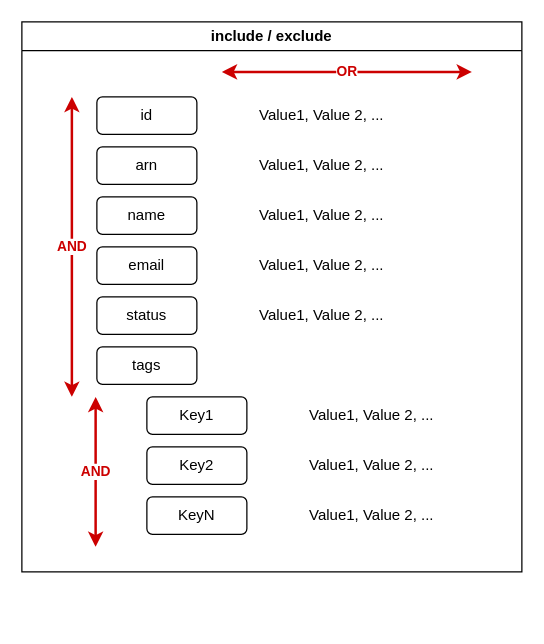
Earlier version of the draw.io diagram modules/filter/docs/schema.drawio (be-bold/terraform-aws-account-lookup). Source tidied: cells renumbered, new cells numbered last; positions are measured from the earlier drawing's top-left corner, leaving out a move shared by most shapes. Both pictures are drawn from the tidied source at 125%, with x=0, y=0 at pixel (21, 21).
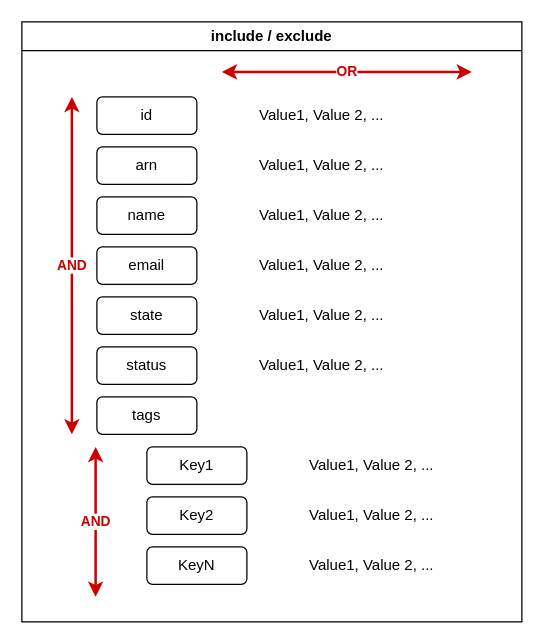
The same diagram, later.

The edit, as a diff of the source:
```diff
@@
     <mxCell id="2" value="include / exclude" style="swimlane;whiteSpace=wrap;html=1;" parent="1" vertex="1">
-      <mxGeometry width="400" height="440" as="geometry" />
+      <mxGeometry width="400" height="480" as="geometry" />
     </mxCell>
@@
     <mxCell id="7" value="status" style="rounded=1;whiteSpace=wrap;html=1;" parent="2" vertex="1">
-      <mxGeometry x="60" y="220" width="80" height="30" as="geometry" />
+      <mxGeometry x="60" y="260" width="80" height="30" as="geometry" />
     </mxCell>
     <mxCell id="8" value="tags" style="rounded=1;whiteSpace=wrap;html=1;" parent="2" vertex="1">
-      <mxGeometry x="60" y="260" width="80" height="30" as="geometry" />
+      <mxGeometry x="60" y="300" width="80" height="30" as="geometry" />
     </mxCell>
     <mxCell id="9" value="AND" style="endArrow=classic;startArrow=classic;html=1;rounded=0;fontColor=#CC0000;fontStyle=1;strokeColor=#CC0000;strokeWidth=2;" parent="2" edge="1">
       <mxGeometry relative="1" as="geometry">
-        <mxPoint x="40" y="300" as="sourcePoint" />
+        <mxPoint x="40" y="330" as="sourcePoint" />
         <mxPoint x="40" y="60" as="targetPoint" />
       </mxGeometry>
     </mxCell>
@@
     <mxCell id="15" value="Key1" style="rounded=1;whiteSpace=wrap;html=1;" parent="2" vertex="1">
-      <mxGeometry x="100" y="300" width="80" height="30" as="geometry" />
+      <mxGeometry x="100" y="340" width="80" height="30" as="geometry" />
     </mxCell>
     <mxCell id="16" value="Key2" style="rounded=1;whiteSpace=wrap;html=1;" parent="2" vertex="1">
-      <mxGeometry x="100" y="340" width="80" height="30" as="geometry" />
+      <mxGeometry x="100" y="380" width="80" height="30" as="geometry" />
     </mxCell>
     <mxCell id="17" value="KeyN" style="rounded=1;whiteSpace=wrap;html=1;" parent="2" vertex="1">
-      <mxGeometry x="100" y="380" width="80" height="30" as="geometry" />
+      <mxGeometry x="100" y="420" width="80" height="30" as="geometry" />
     </mxCell>
     <mxCell id="18" value="AND" style="endArrow=classic;startArrow=classic;html=1;rounded=0;fontColor=#CC0000;fontStyle=1;strokeColor=#CC0000;strokeWidth=2;" parent="2" edge="1">
       <mxGeometry relative="1" as="geometry">
-        <mxPoint x="59" y="420" as="sourcePoint" />
-        <mxPoint x="59" y="300" as="targetPoint" />
+        <mxPoint x="59" y="460" as="sourcePoint" />
+        <mxPoint x="59" y="340" as="targetPoint" />
       </mxGeometry>
     </mxCell>
     <mxCell id="19" value="Value1, Value 2, ..." style="text;html=1;strokeColor=none;fillColor=none;align=center;verticalAlign=middle;whiteSpace=wrap;rounded=0;" parent="2" vertex="1">
-      <mxGeometry x="180" y="295" width="200" height="40" as="geometry" />
+      <mxGeometry x="180" y="335" width="200" height="40" as="geometry" />
     </mxCell>
     <mxCell id="20" value="Value1, Value 2, ..." style="text;html=1;strokeColor=none;fillColor=none;align=center;verticalAlign=middle;whiteSpace=wrap;rounded=0;" parent="2" vertex="1">
-      <mxGeometry x="180" y="335" width="200" height="40" as="geometry" />
+      <mxGeometry x="180" y="375" width="200" height="40" as="geometry" />
     </mxCell>
     <mxCell id="21" value="Value1, Value 2, ..." style="text;html=1;strokeColor=none;fillColor=none;align=center;verticalAlign=middle;whiteSpace=wrap;rounded=0;" parent="2" vertex="1">
-      <mxGeometry x="180" y="375" width="200" height="40" as="geometry" />
+      <mxGeometry x="180" y="415" width="200" height="40" as="geometry" />
     </mxCell>
     <mxCell id="22" value="Value1, Value 2, ..." style="text;html=1;strokeColor=none;fillColor=none;align=center;verticalAlign=middle;whiteSpace=wrap;rounded=0;" parent="2" vertex="1">
-      <mxGeometry x="140" y="215" width="200" height="40" as="geometry" />
+      <mxGeometry x="140" y="255" width="200" height="40" as="geometry" />
     </mxCell>
+    <mxCell id="23" value="state" style="rounded=1;whiteSpace=wrap;html=1;" parent="2" vertex="1">
+      <mxGeometry x="60" y="220" width="80" height="30" as="geometry" />
+    </mxCell>
+    <mxCell id="24" value="Value1, Value 2, ..." style="text;html=1;strokeColor=none;fillColor=none;align=center;verticalAlign=middle;whiteSpace=wrap;rounded=0;" parent="2" vertex="1">
+      <mxGeometry x="140" y="215" width="200" height="40" as="geometry" />
+    </mxCell>
```
